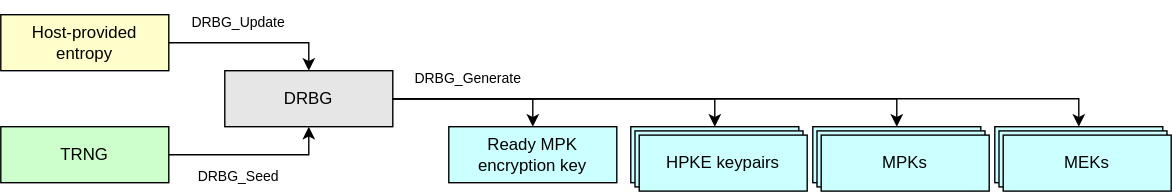
Above: doc/ocp_lock/diagrams/drbg_diagram.drawio.svg in chipsalliance/Caliptra (draw.io), before the change. Source tidied: cells renumbered, new cells last; positions are measured from the earlier drawing's top-left corner, leaving out a move shared by most shapes.
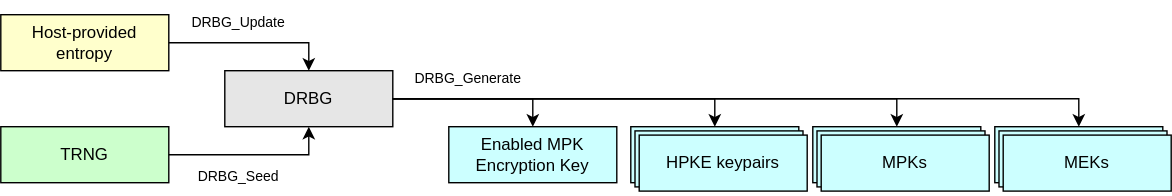
Above is the later version.

Commit message:
Rename "Ready MPK" to "Enabled MPK".

What changed in the source:
```diff
@@ -52,7 +52,7 @@
     <mxCell id="15" value="DRBG_Generate" style="text;strokeColor=none;align=center;fillColor=none;html=1;verticalAlign=middle;whiteSpace=wrap;rounded=0;fontSize=10;" parent="1" vertex="1">
       <mxGeometry x="280" y="40" width="108" height="30" as="geometry" />
     </mxCell>
-    <mxCell id="16" value="&lt;div&gt;&lt;font color=&quot;#000000&quot;&gt;Ready MPK encryption key&lt;/font&gt;&lt;/div&gt;" style="rounded=0;whiteSpace=wrap;html=1;align=center;verticalAlign=middle;shadow=0;glass=0;spacingLeft=0;spacingBottom=0;spacingTop=0;fillColor=#CCFFFF;" parent="1" vertex="1">
+    <mxCell id="16" value="&lt;div&gt;&lt;font color=&quot;#000000&quot;&gt;Enabled MPK Encryption Key&lt;/font&gt;&lt;/div&gt;" style="rounded=0;whiteSpace=wrap;html=1;align=center;verticalAlign=middle;shadow=0;glass=0;spacingLeft=0;spacingBottom=0;spacingTop=0;fillColor=#CCFFFF;" parent="1" vertex="1">
       <mxGeometry x="320" y="90" width="120" height="40" as="geometry" />
     </mxCell>
     <mxCell id="17" style="edgeStyle=orthogonalEdgeStyle;endArrow=classic;html=1;rounded=0;endSize=6;startSize=6;exitX=1;exitY=0.5;exitDx=0;exitDy=0;entryX=0.5;entryY=0;entryDx=0;entryDy=0;" parent="1" edge="1" source="2" target="16">
```
